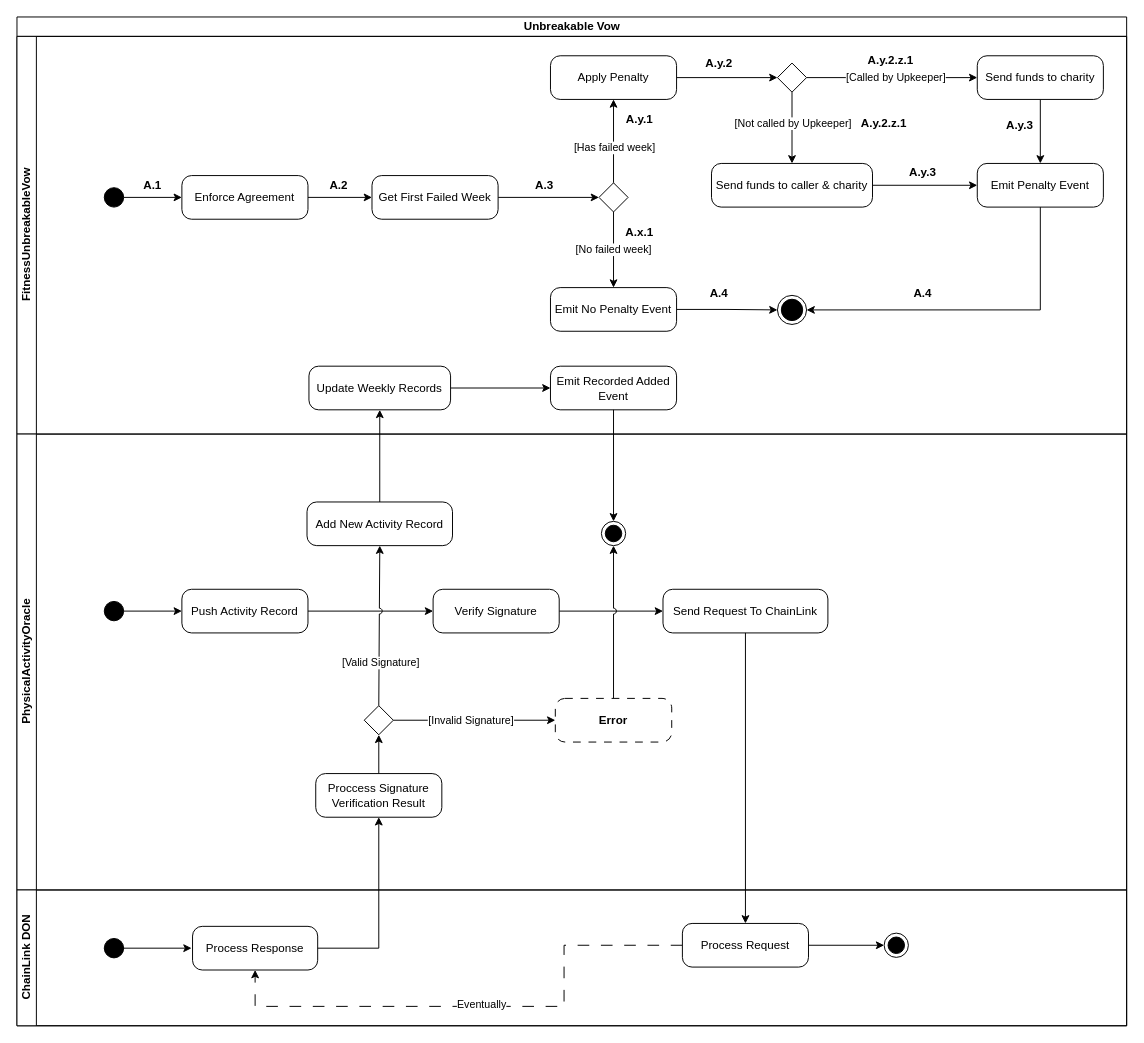
Above: page "Contracts Activity Diagram" (2 of 3) of Fitness-Unbreakable-Vow.drawio in pedrooaugusto/fitness-unbreakable-vow (draw.io), before the change. Source tidied: cells renumbered, new cells numbered last; positions are measured from the earlier drawing's top-left corner, leaving out a move shared by most shapes. Both pictures are drawn from the tidied source at 97%, with x=0, y=0 at pixel (16, 16).
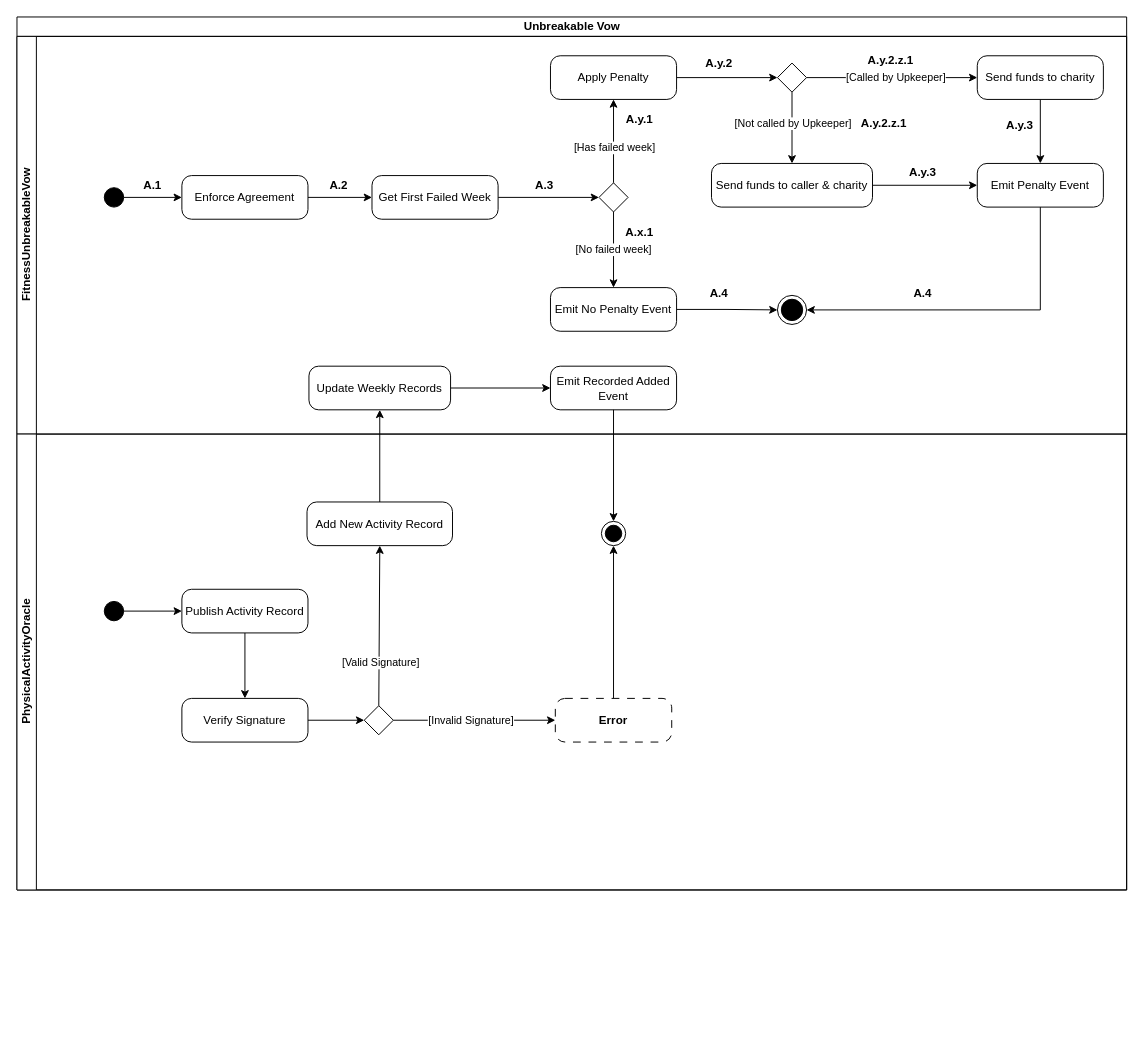
The same page after the edit.

The change refers to these unchanged cells:
```xml
<mxCell id="46" value="PhysicalActivityOracle" style="swimlane;startSize=20;horizontal=0;html=1;" parent="2" vertex="1">
  <mxGeometry y="430" width="1144" height="470" as="geometry" />
</mxCell>
<mxCell id="60" style="rhombus;" parent="46" vertex="1">
  <mxGeometry x="358" y="280" width="30" height="30" as="geometry" />
</mxCell>
```

What changed in the source:
```diff
@@
     <mxCell id="2" value="Unbreakable Vow" style="swimlane;horizontal=1;startSize=20;html=1;" parent="1" vertex="1">
-      <mxGeometry width="1144" height="1040" as="geometry" />
+      <mxGeometry width="1144" height="900" as="geometry" />
     </mxCell>
@@
-    <mxCell id="50" value="Push Activity Record" style="html=1;dashed=0;rounded=1;absoluteArcSize=1;arcSize=20;verticalAlign=middle;align=center;whiteSpace=wrap;" parent="46" vertex="1">
+    <mxCell id="50" value="Publish Activity Record" style="html=1;dashed=0;rounded=1;absoluteArcSize=1;arcSize=20;verticalAlign=middle;align=center;whiteSpace=wrap;" parent="46" vertex="1">
       <mxGeometry x="170" y="160" width="130" height="45" as="geometry" />
     </mxCell>
-    <mxCell id="51" style="edgeStyle=orthogonalEdgeStyle;rounded=0;jettySize=auto;html=1;entryX=0;entryY=0.5;entryDx=0;entryDy=0;" parent="46" edge="1" source="52" target="53">
-      <mxGeometry relative="1" as="geometry" />
-    </mxCell>
+    <mxCell id="78" style="edgeStyle=orthogonalEdgeStyle;rounded=0;jettySize=auto;html=1;entryX=0;entryY=0.5;entryDx=0;entryDy=0;" parent="46" edge="1" source="52" target="60">
+      <mxGeometry relative="1" as="geometry" />
+    </mxCell>
     <mxCell id="52" value="Verify Signature" style="html=1;dashed=0;rounded=1;absoluteArcSize=1;arcSize=20;verticalAlign=middle;align=center;whiteSpace=wrap;" parent="46" vertex="1">
-      <mxGeometry x="429" y="160" width="130" height="45" as="geometry" />
+      <mxGeometry x="170" y="272.5" width="130" height="45" as="geometry" />
     </mxCell>
-    <mxCell id="53" value="Send Request To ChainLink" style="html=1;dashed=0;rounded=1;absoluteArcSize=1;arcSize=20;verticalAlign=middle;align=center;whiteSpace=wrap;" parent="46" vertex="1">
-      <mxGeometry x="666" y="160" width="170" height="45" as="geometry" />
-    </mxCell>
-    <mxCell id="54" style="edgeStyle=orthogonalEdgeStyle;rounded=0;jettySize=auto;html=1;entryX=0.5;entryY=1;entryDx=0;entryDy=0;" parent="46" edge="1" source="55" target="60">
-      <mxGeometry relative="1" as="geometry" />
-    </mxCell>
-    <mxCell id="55" value="Proccess Signature Verification Result" style="html=1;dashed=0;rounded=1;absoluteArcSize=1;arcSize=20;verticalAlign=middle;align=center;whiteSpace=wrap;" parent="46" vertex="1">
-      <mxGeometry x="308" y="350" width="130" height="45" as="geometry" />
-    </mxCell>
@@
-    <mxCell id="65" value="ChainLink DON" style="swimlane;startSize=20;horizontal=0;html=1;" parent="2" vertex="1">
-      <mxGeometry y="900" width="1144" height="140" as="geometry" />
-    </mxCell>
-    <mxCell id="66" style="edgeStyle=orthogonalEdgeStyle;rounded=0;jettySize=auto;html=1;" parent="65" edge="1" source="69" target="70">
-      <mxGeometry relative="1" as="geometry" />
-    </mxCell>
-    <mxCell id="67" style="edgeStyle=orthogonalEdgeStyle;rounded=0;jettySize=auto;html=1;entryX=0.5;entryY=1;entryDx=0;entryDy=0;dashed=1;dashPattern=12 12;" parent="65" edge="1" source="69" target="73">
-      <mxGeometry relative="1" as="geometry">
-        <Array as="points">
-          <mxPoint x="564" y="57" />
-          <mxPoint x="564" y="120" />
-          <mxPoint x="246" y="120" />
-        </Array>
-      </mxGeometry>
-    </mxCell>
-    <mxCell id="68" value="Eventually" style="edgeLabel;html=1;align=center;verticalAlign=middle;" parent="67" vertex="1">
-      <mxGeometry y="-3" relative="1" as="geometry" />
-    </mxCell>
-    <mxCell id="69" value="Process Request" style="html=1;dashed=0;rounded=1;absoluteArcSize=1;arcSize=20;verticalAlign=middle;align=center;whiteSpace=wrap;" parent="65" vertex="1">
-      <mxGeometry x="686" y="34.5" width="130" height="45" as="geometry" />
-    </mxCell>
-    <mxCell id="70" style="ellipse;html=1;shape=endState;fillColor=strokeColor;" parent="65" vertex="1">
-      <mxGeometry x="894" y="44.5" width="25" height="25" as="geometry" />
-    </mxCell>
-    <mxCell id="71" style="edgeStyle=orthogonalEdgeStyle;rounded=0;orthogonalLoop=1;jettySize=auto;html=1;" parent="65" edge="1">
-      <mxGeometry relative="1" as="geometry">
-        <mxPoint x="100" y="60" as="sourcePoint" />
-        <mxPoint x="180" y="60" as="targetPoint" />
-      </mxGeometry>
-    </mxCell>
-    <mxCell id="72" style="ellipse;fillColor=strokeColor;html=1;" parent="65" vertex="1">
-      <mxGeometry x="90" y="50" width="20" height="20" as="geometry" />
-    </mxCell>
-    <mxCell id="73" value="Process Response" style="html=1;dashed=0;rounded=1;absoluteArcSize=1;arcSize=20;verticalAlign=middle;align=center;whiteSpace=wrap;" parent="65" vertex="1">
-      <mxGeometry x="181" y="37.5" width="129" height="45" as="geometry" />
-    </mxCell>
-    <mxCell id="74" style="edgeStyle=orthogonalEdgeStyle;rounded=0;jettySize=auto;html=1;" parent="2" edge="1" source="53" target="69">
-      <mxGeometry relative="1" as="geometry" />
-    </mxCell>
-    <mxCell id="75" style="edgeStyle=orthogonalEdgeStyle;rounded=0;jettySize=auto;html=1;entryX=0.5;entryY=1;entryDx=0;entryDy=0;exitX=1;exitY=0.5;exitDx=0;exitDy=0;" parent="2" edge="1" source="73" target="55">
-      <mxGeometry relative="1" as="geometry" />
-    </mxCell>
```
